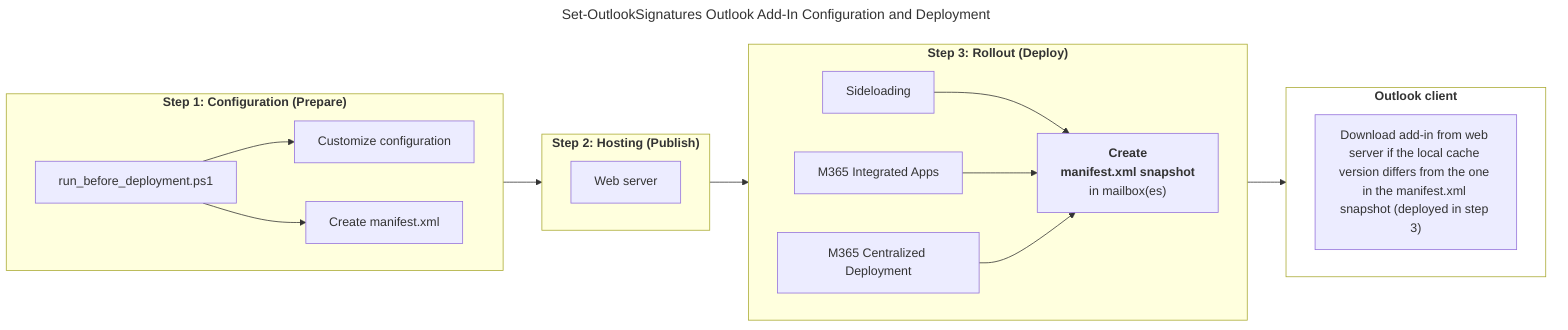
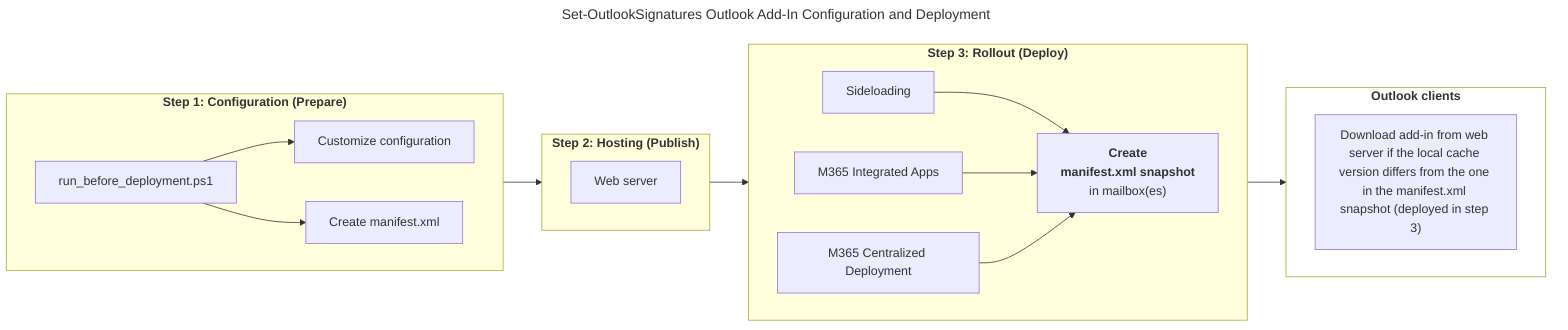
---
title: Set-OutlookSignatures Outlook Add-In Configuration and Deployment
config:
  layout: dagre
---
flowchart LR
  classDef nofill fill:none;

  subgraph S1 ["<b>Step 1: Configuration (Prepare)</b>"]
    direction LR

    script["run_before_deployment.ps1"]
    files["Customize configuration"]
    manifest["Create manifest.xml"]

    script --> files
    script --> manifest
  end

  subgraph S2 ["<b>Step 2: Hosting (Publish)</b>"]
    direction LR

    server["Web server"]
  end

-   subgraph Lifecycle ["<b>Outlook client</b>"]
-     direction LR
- 
-     cache["Download add-in from web server if the local cache version differs from the one in the manifest.xml snapshot (deployed in step 3)"]
-   end
- 
  subgraph S3 ["<b>Step 3: Rollout (Deploy)</b>"]
    direction LR

    side["Sideloading"]
    int["M365 Integrated Apps"]
    cent["M365 Centralized Deployment"]
    mbox["<b>Create<br/>manifest.xml snapshot</b><br/>in mailbox(es)"]:::snapshot

    side & int & cent --> mbox
  end

+   subgraph Lifecycle ["<b>Outlook clients</b>"]
+     direction LR
+ 
+     cache["Download add-in from web server if the local cache version differs from the one in the manifest.xml snapshot (deployed in step 3)"]
+   end
+ 
  S1 --> S2
  S2 --> S3
  S3 --> Lifecycle

  class Lifecycle nofill;
  class methods nofill;